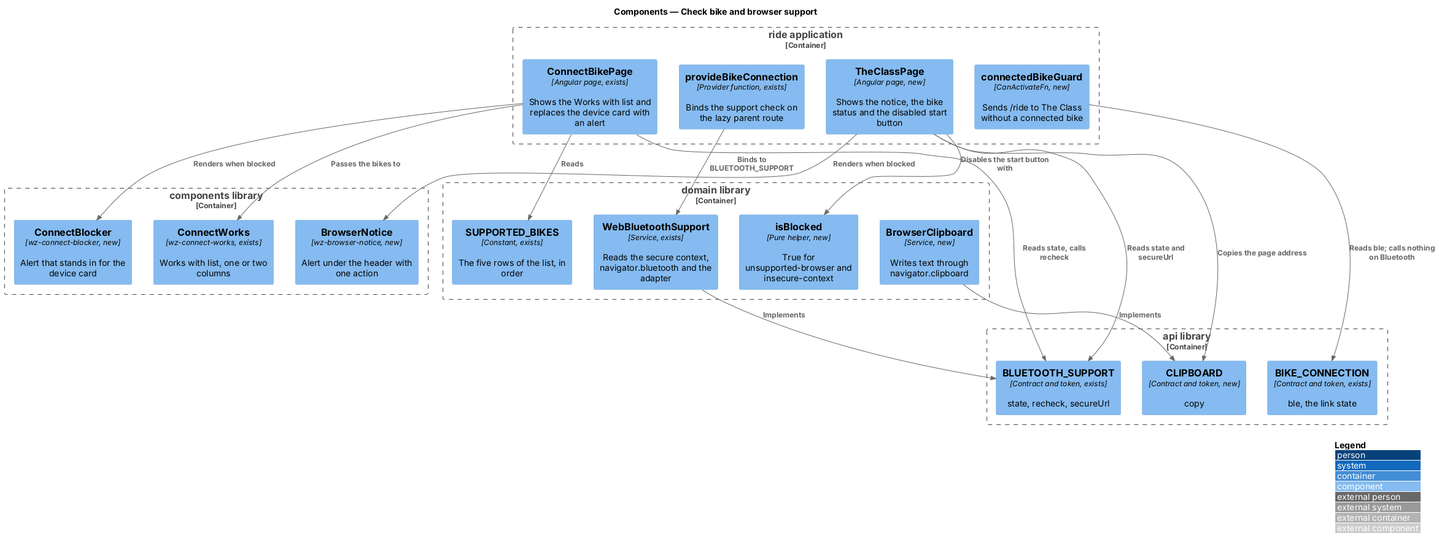
Above: docs/detailed-designs/bike/check-bike-and-browser-support/diagrams/c4-component.png in QuinntyneBrown/ride-one (PlantUML), before the change.
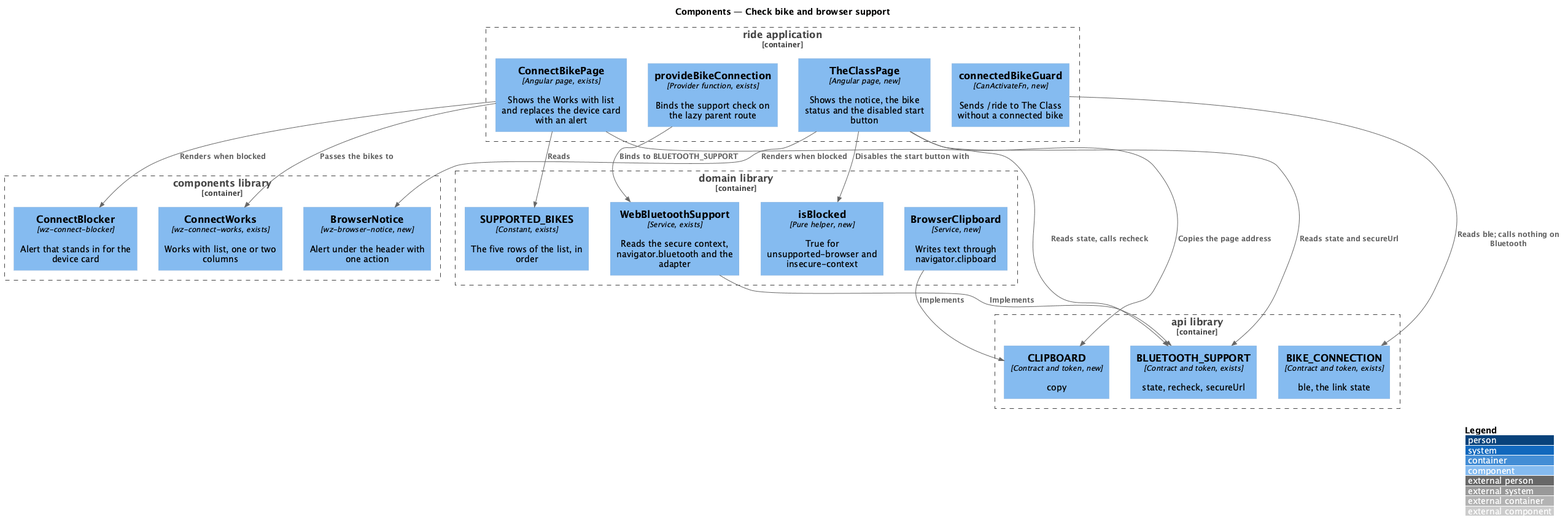
The same file after the commit.

The edit, as a diff of the source:
```diff
@@ -11,7 +11,7 @@
 }
 Container_Boundary(components, "components library") {
   Component(notice, "BrowserNotice", "wz-browser-notice, new", "Alert under the header with one action")
-  Component(blocker, "ConnectBlocker", "wz-connect-blocker, new", "Alert that stands in for the device card")
+  Component(blocker, "ConnectBlocker", "wz-connect-blocker", "Alert that stands in for the device card")
   Component(works, "ConnectWorks", "wz-connect-works, exists", "Works with list, one or two columns")
 }
 Container_Boundary(domain, "domain library") {
```
